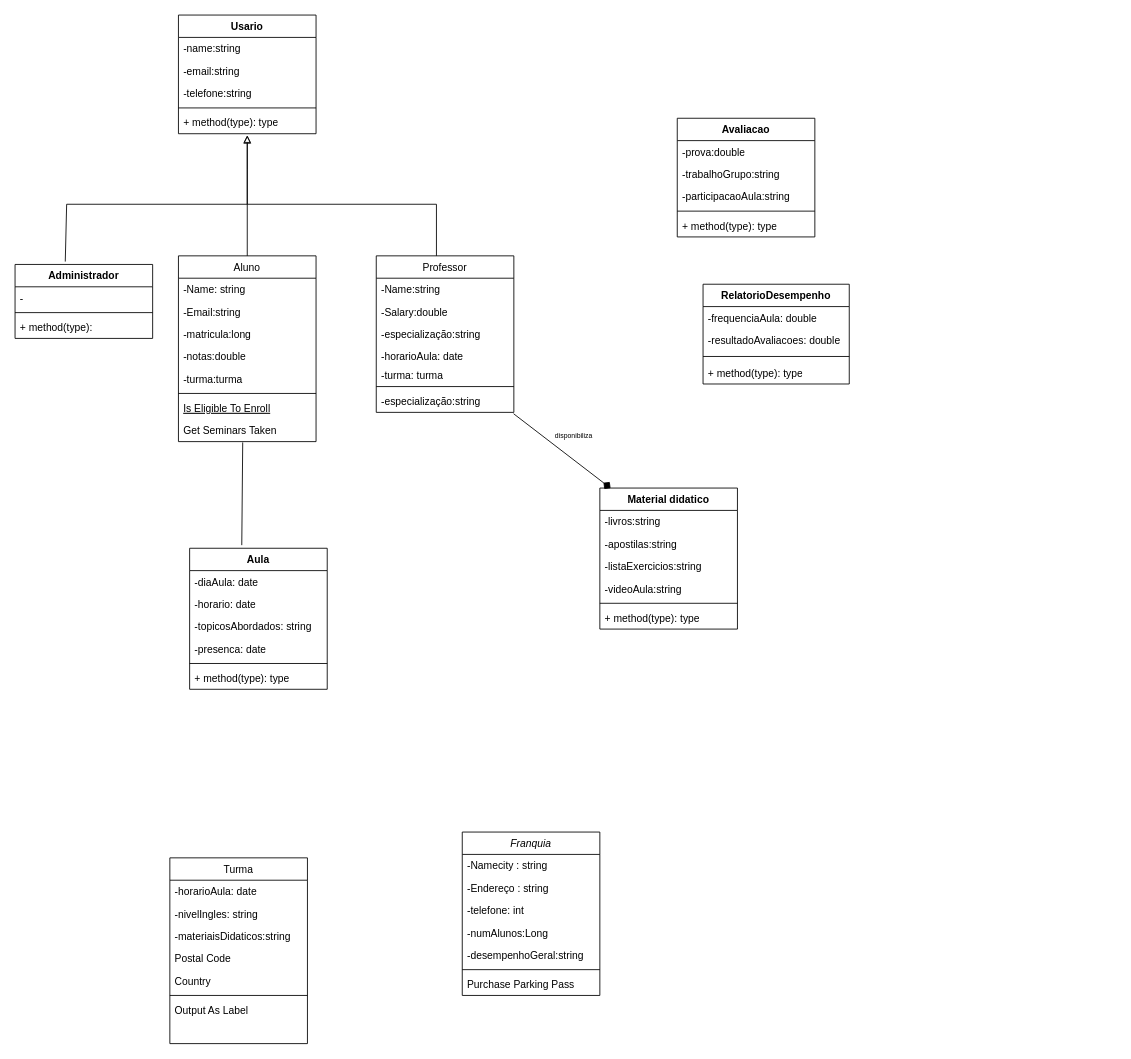
Earlier version of the draw.io diagram Diagrama-Classes/Escola-Ingles.drawio (Wal221/ProjetoWeb2). Source tidied: cells renumbered, new cells numbered last; positions are measured from the earlier drawing's top-left corner, leaving out a move shared by most shapes. Both pictures are drawn from the tidied source at 86%, with x=0, y=0 at pixel (15, 15).
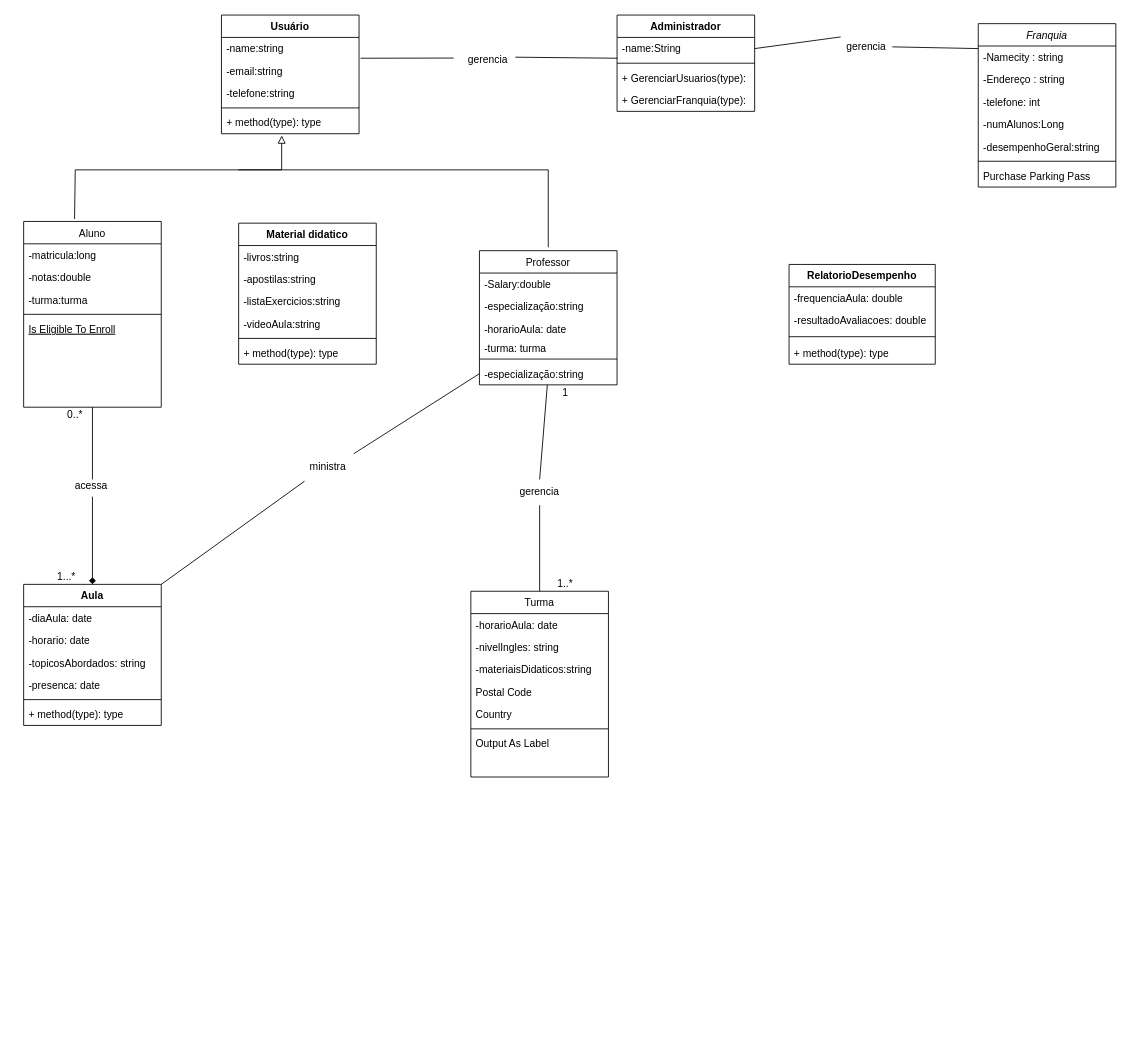
The same diagram, later.

Commit message:
Criação do diagrama de classes completa.

The change refers to these unchanged cells:
```xml
<mxCell id="3" value="-Namecity : string" style="text;align=left;verticalAlign=top;spacingLeft=4;spacingRight=4;overflow=hidden;points=[[0,0.5],[1,0.5]];portConstraint=eastwest;" parent="2" vertex="1">
  <mxGeometry y="26" width="160" height="26" as="geometry" />
</mxCell>
<mxCell id="66" value="-email:string" style="text;strokeColor=none;fillColor=none;align=left;verticalAlign=top;spacingLeft=4;spacingRight=4;overflow=hidden;points=[[0,0.5],[1,0.5]];portConstraint=eastwest;whiteSpace=wrap;html=1;" parent="64" vertex="1">
  <mxGeometry y="52" width="160" height="26" as="geometry" />
</mxCell>
<mxCell id="69" value="+ method(type): type" style="text;strokeColor=none;fillColor=none;align=left;verticalAlign=top;spacingLeft=4;spacingRight=4;overflow=hidden;points=[[0,0.5],[1,0.5]];portConstraint=eastwest;whiteSpace=wrap;html=1;" parent="64" vertex="1">
  <mxGeometry y="112" width="160" height="26" as="geometry" />
</mxCell>
```

Diff of the diagram source:
```diff
@@
     <mxCell id="2" value="Franquia" style="swimlane;fontStyle=2;align=center;verticalAlign=top;horizontal=1;startSize=26;rounded=0;shadow=0;strokeWidth=1;" parent="1" vertex="1">
-      <mxGeometry x="520" y="950" width="160" height="190" as="geometry" />
+      <mxGeometry x="1120" y="10" width="160" height="190" as="geometry" />
     </mxCell>
@@
     <mxCell id="10" value="Aluno" style="swimlane;fontStyle=0;align=center;verticalAlign=top;horizontal=1;startSize=26;rounded=0;shadow=0;strokeWidth=1;" parent="1" vertex="1">
-      <mxGeometry x="190" y="280" width="160" height="216" as="geometry" />
+      <mxGeometry x="10" y="240" width="160" height="216" as="geometry" />
     </mxCell>
-    <mxCell id="11" value="-Name: string" style="text;align=left;verticalAlign=top;spacingLeft=4;spacingRight=4;overflow=hidden;" parent="10" vertex="1">
-      <mxGeometry y="26" width="160" height="26" as="geometry" />
-    </mxCell>
-    <mxCell id="12" value="-Email:string" style="text;align=left;verticalAlign=top;spacingLeft=4;spacingRight=4;overflow=hidden;rounded=0;shadow=0;html=0;" parent="10" vertex="1">
-      <mxGeometry y="52" width="160" height="26" as="geometry" />
-    </mxCell>
     <mxCell id="13" value="-matricula:long" style="text;align=left;verticalAlign=top;spacingLeft=4;spacingRight=4;overflow=hidden;rounded=0;shadow=0;html=0;" parent="10" vertex="1">
-      <mxGeometry y="78" width="160" height="26" as="geometry" />
+      <mxGeometry y="26" width="160" height="26" as="geometry" />
     </mxCell>
     <mxCell id="14" value="-notas:double" style="text;align=left;verticalAlign=top;spacingLeft=4;spacingRight=4;overflow=hidden;rounded=0;shadow=0;html=0;" parent="10" vertex="1">
-      <mxGeometry y="104" width="160" height="26" as="geometry" />
+      <mxGeometry y="52" width="160" height="26" as="geometry" />
     </mxCell>
     <mxCell id="15" value="-turma:turma" style="text;align=left;verticalAlign=top;spacingLeft=4;spacingRight=4;overflow=hidden;rounded=0;shadow=0;html=0;" parent="10" vertex="1">
-      <mxGeometry y="130" width="160" height="26" as="geometry" />
+      <mxGeometry y="78" width="160" height="26" as="geometry" />
     </mxCell>
     <mxCell id="16" style="line;html=1;strokeWidth=1;align=left;verticalAlign=middle;spacingTop=-1;spacingLeft=3;spacingRight=3;labelPosition=right;" parent="10" vertex="1">
-      <mxGeometry y="156" width="160" height="8" as="geometry" />
+      <mxGeometry y="104" width="160" height="8" as="geometry" />
     </mxCell>
     <mxCell id="17" value="Is Eligible To Enroll" style="text;align=left;verticalAlign=top;spacingLeft=4;spacingRight=4;overflow=hidden;fontStyle=4;" parent="10" vertex="1">
-      <mxGeometry y="164" width="160" height="26" as="geometry" />
+      <mxGeometry y="112" width="160" height="26" as="geometry" />
     </mxCell>
-    <mxCell id="18" value="Get Seminars Taken" style="text;align=left;verticalAlign=top;spacingLeft=4;spacingRight=4;overflow=hidden;points=[[0,0.5],[1,0.5]];portConstraint=eastwest;" parent="10" vertex="1">
-      <mxGeometry y="190" width="160" height="26" as="geometry" />
-    </mxCell>
     <mxCell id="19" value="Professor" style="swimlane;fontStyle=0;align=center;verticalAlign=top;horizontal=1;startSize=26;rounded=0;shadow=0;strokeWidth=1;" parent="1" vertex="1">
-      <mxGeometry x="420" y="280" width="160" height="182" as="geometry" />
+      <mxGeometry x="540" y="274" width="160" height="156" as="geometry" />
     </mxCell>
-    <mxCell id="20" value="-Name:string&#10;" style="text;align=left;verticalAlign=top;spacingLeft=4;spacingRight=4;overflow=hidden;" parent="19" vertex="1">
-      <mxGeometry y="26" width="160" height="26" as="geometry" />
-    </mxCell>
     <mxCell id="21" value="-Salary:double&#10;" style="text;align=left;verticalAlign=top;spacingLeft=4;spacingRight=4;overflow=hidden;" parent="19" vertex="1">
-      <mxGeometry y="52" width="160" height="26" as="geometry" />
+      <mxGeometry y="26" width="160" height="26" as="geometry" />
     </mxCell>
     <mxCell id="22" value="-especialização:string&#10;" style="text;align=left;verticalAlign=top;spacingLeft=4;spacingRight=4;overflow=hidden;" parent="19" vertex="1">
-      <mxGeometry y="78" width="160" height="26" as="geometry" />
+      <mxGeometry y="52" width="160" height="26" as="geometry" />
     </mxCell>
     <mxCell id="23" value="-horarioAula: date&#10;" style="text;align=left;verticalAlign=top;spacingLeft=4;spacingRight=4;overflow=hidden;" parent="19" vertex="1">
-      <mxGeometry y="104" width="160" height="22" as="geometry" />
+      <mxGeometry y="78" width="160" height="22" as="geometry" />
     </mxCell>
     <mxCell id="24" value="-turma: turma&#10;" style="text;align=left;verticalAlign=top;spacingLeft=4;spacingRight=4;overflow=hidden;" parent="19" vertex="1">
-      <mxGeometry y="126" width="160" height="22" as="geometry" />
+      <mxGeometry y="100" width="160" height="22" as="geometry" />
     </mxCell>
     <mxCell id="25" style="line;html=1;strokeWidth=1;align=left;verticalAlign=middle;spacingTop=-1;spacingLeft=3;spacingRight=3;labelPosition=right;" parent="19" vertex="1">
-      <mxGeometry y="148" width="160" height="8" as="geometry" />
+      <mxGeometry y="122" width="160" height="8" as="geometry" />
     </mxCell>
     <mxCell id="26" value="-especialização:string&#10;" style="text;align=left;verticalAlign=top;spacingLeft=4;spacingRight=4;overflow=hidden;points=[[0,0.5],[1,0.5]];portConstraint=eastwest;" parent="19" vertex="1">
-      <mxGeometry y="156" width="160" height="26" as="geometry" />
+      <mxGeometry y="130" width="160" height="26" as="geometry" />
     </mxCell>
     <mxCell id="27" value="Turma" style="swimlane;fontStyle=0;align=center;verticalAlign=top;horizontal=1;startSize=26;rounded=0;shadow=0;strokeWidth=1;" parent="1" vertex="1">
-      <mxGeometry x="180" y="980" width="160" height="216" as="geometry" />
+      <mxGeometry x="530" y="670" width="160" height="216" as="geometry" />
     </mxCell>
@@
     <mxCell id="35" value="Aula" style="swimlane;fontStyle=1;align=center;verticalAlign=top;horizontal=1;startSize=26;whiteSpace=wrap;html=1;" parent="1" vertex="1">
-      <mxGeometry x="203" y="620" width="160" height="164" as="geometry" />
+      <mxGeometry x="10" y="662" width="160" height="164" as="geometry" />
     </mxCell>
@@
-    <mxCell id="42" value="Material didatico" style="swimlane;fontStyle=1;align=center;verticalAlign=top;horizontal=1;startSize=26;whiteSpace=wrap;html=1;" parent="1" vertex="1">
-      <mxGeometry x="680" y="550" width="160" height="164" as="geometry" />
-    </mxCell>
-    <mxCell id="43" value="-livros:string&lt;div&gt;&lt;br&gt;&lt;/div&gt;" style="text;strokeColor=none;fillColor=none;align=left;verticalAlign=top;spacingLeft=4;spacingRight=4;overflow=hidden;whiteSpace=wrap;html=1;" parent="42" vertex="1">
-      <mxGeometry y="26" width="160" height="26" as="geometry" />
-    </mxCell>
-    <mxCell id="44" value="-apostilas:string&lt;div&gt;&lt;br&gt;&lt;/div&gt;" style="text;strokeColor=none;fillColor=none;align=left;verticalAlign=top;spacingLeft=4;spacingRight=4;overflow=hidden;whiteSpace=wrap;html=1;" parent="42" vertex="1">
-      <mxGeometry y="52" width="160" height="26" as="geometry" />
-    </mxCell>
-    <mxCell id="45" value="-listaExercicios:string&lt;div&gt;&lt;br&gt;&lt;/div&gt;" style="text;strokeColor=none;fillColor=none;align=left;verticalAlign=top;spacingLeft=4;spacingRight=4;overflow=hidden;whiteSpace=wrap;html=1;" parent="42" vertex="1">
-      <mxGeometry y="78" width="160" height="26" as="geometry" />
-    </mxCell>
-    <mxCell id="46" value="-videoAula:string&lt;div&gt;&lt;br&gt;&lt;/div&gt;" style="text;strokeColor=none;fillColor=none;align=left;verticalAlign=top;spacingLeft=4;spacingRight=4;overflow=hidden;whiteSpace=wrap;html=1;" parent="42" vertex="1">
-      <mxGeometry y="104" width="160" height="26" as="geometry" />
-    </mxCell>
-    <mxCell id="47" style="line;strokeWidth=1;fillColor=none;align=left;verticalAlign=middle;spacingTop=-1;spacingLeft=3;spacingRight=3;labelPosition=right;strokeColor=inherit;" parent="42" vertex="1">
-      <mxGeometry y="130" width="160" height="8" as="geometry" />
-    </mxCell>
-    <mxCell id="48" value="+ method(type): type" style="text;strokeColor=none;fillColor=none;align=left;verticalAlign=top;spacingLeft=4;spacingRight=4;overflow=hidden;whiteSpace=wrap;html=1;" parent="42" vertex="1">
-      <mxGeometry y="138" width="160" height="26" as="geometry" />
-    </mxCell>
-    <mxCell id="49" value="Avaliacao" style="swimlane;fontStyle=1;align=center;verticalAlign=top;horizontal=1;startSize=26;whiteSpace=wrap;html=1;" parent="1" vertex="1">
-      <mxGeometry x="770" y="120" width="160" height="138" as="geometry" />
-    </mxCell>
-    <mxCell id="50" value="-prova:double" style="text;strokeColor=none;fillColor=none;align=left;verticalAlign=top;spacingLeft=4;spacingRight=4;overflow=hidden;whiteSpace=wrap;html=1;" parent="49" vertex="1">
-      <mxGeometry y="26" width="160" height="26" as="geometry" />
-    </mxCell>
-    <mxCell id="51" value="-trabalhoGrupo:string" style="text;strokeColor=none;fillColor=none;align=left;verticalAlign=top;spacingLeft=4;spacingRight=4;overflow=hidden;whiteSpace=wrap;html=1;" parent="49" vertex="1">
-      <mxGeometry y="52" width="160" height="26" as="geometry" />
-    </mxCell>
-    <mxCell id="52" value="-participacaoAula:string" style="text;strokeColor=none;fillColor=none;align=left;verticalAlign=top;spacingLeft=4;spacingRight=4;overflow=hidden;whiteSpace=wrap;html=1;" parent="49" vertex="1">
-      <mxGeometry y="78" width="160" height="26" as="geometry" />
-    </mxCell>
-    <mxCell id="53" style="line;strokeWidth=1;fillColor=none;align=left;verticalAlign=middle;spacingTop=-1;spacingLeft=3;spacingRight=3;labelPosition=right;strokeColor=inherit;" parent="49" vertex="1">
-      <mxGeometry y="104" width="160" height="8" as="geometry" />
-    </mxCell>
-    <mxCell id="54" value="+ method(type): type" style="text;strokeColor=none;fillColor=none;align=left;verticalAlign=top;spacingLeft=4;spacingRight=4;overflow=hidden;whiteSpace=wrap;html=1;" parent="49" vertex="1">
-      <mxGeometry y="112" width="160" height="26" as="geometry" />
-    </mxCell>
     <mxCell id="55" value="RelatorioDesempenho" style="swimlane;fontStyle=1;align=center;verticalAlign=top;horizontal=1;startSize=26;whiteSpace=wrap;html=1;" parent="1" vertex="1">
-      <mxGeometry x="800" y="313" width="170" height="116" as="geometry" />
+      <mxGeometry x="900" y="290" width="170" height="116" as="geometry" />
     </mxCell>
@@
     <mxCell id="60" value="Administrador" style="swimlane;fontStyle=1;align=center;verticalAlign=top;horizontal=1;startSize=26;whiteSpace=wrap;html=1;" parent="1" vertex="1">
-      <mxGeometry y="290" width="160" height="86" as="geometry" />
+      <mxGeometry x="700" width="160" height="112" as="geometry" />
     </mxCell>
-    <mxCell id="61" value="-" style="text;strokeColor=none;fillColor=none;align=left;verticalAlign=top;spacingLeft=4;spacingRight=4;overflow=hidden;points=[[0,0.5],[1,0.5]];portConstraint=eastwest;whiteSpace=wrap;html=1;" parent="60" vertex="1">
+    <mxCell id="61" value="-name:String" style="text;strokeColor=none;fillColor=none;align=left;verticalAlign=top;spacingLeft=4;spacingRight=4;overflow=hidden;points=[[0,0.5],[1,0.5]];portConstraint=eastwest;whiteSpace=wrap;html=1;" parent="60" vertex="1">
       <mxGeometry y="26" width="160" height="26" as="geometry" />
     </mxCell>
@@
-    <mxCell id="63" value="+ method(type):&amp;nbsp;" style="text;strokeColor=none;fillColor=none;align=left;verticalAlign=top;spacingLeft=4;spacingRight=4;overflow=hidden;whiteSpace=wrap;html=1;" parent="60" vertex="1">
+    <mxCell id="63" value="+ GerenciarUsuarios(type):&amp;nbsp;" style="text;strokeColor=none;fillColor=none;align=left;verticalAlign=top;spacingLeft=4;spacingRight=4;overflow=hidden;whiteSpace=wrap;html=1;" parent="60" vertex="1">
       <mxGeometry y="60" width="160" height="26" as="geometry" />
     </mxCell>
+    <mxCell id="76" value="+ GerenciarFranquia(type):&amp;nbsp;" style="text;strokeColor=none;fillColor=none;align=left;verticalAlign=top;spacingLeft=4;spacingRight=4;overflow=hidden;whiteSpace=wrap;html=1;" parent="60" vertex="1">
+      <mxGeometry y="86" width="160" height="26" as="geometry" />
+    </mxCell>
-    <mxCell id="64" value="Usario" style="swimlane;fontStyle=1;align=center;verticalAlign=top;horizontal=1;startSize=26;whiteSpace=wrap;html=1;" parent="1" vertex="1">
-      <mxGeometry x="190" width="160" height="138" as="geometry" />
+    <mxCell id="64" value="Usuário" style="swimlane;fontStyle=1;align=center;verticalAlign=top;horizontal=1;startSize=26;whiteSpace=wrap;html=1;" parent="1" vertex="1">
+      <mxGeometry x="240" width="160" height="138" as="geometry" />
     </mxCell>
@@
-    <mxCell id="70" style="endArrow=block;html=1;rounded=0;endFill=0;exitX=0.365;exitY=-0.039;exitDx=0;exitDy=0;exitPerimeter=0;" parent="1" edge="1" source="60">
-      <mxGeometry relative="1" as="geometry">
-        <mxPoint x="270" y="140" as="targetPoint" />
-        <Array as="points">
-          <mxPoint x="60" y="220" />
-          <mxPoint x="270" y="220" />
-          <mxPoint x="270" y="180" />
-        </Array>
-      </mxGeometry>
-    </mxCell>
-    <mxCell id="71" style="endArrow=block;html=1;rounded=0;exitX=0.5;exitY=0;exitDx=0;exitDy=0;endFill=0;endSize=7;" parent="1" edge="1" source="10">
+    <mxCell id="71" style="endArrow=block;html=1;rounded=0;endFill=0;endSize=7;exitX=0.37;exitY=-0.013;exitDx=0;exitDy=0;exitPerimeter=0;entryX=0.438;entryY=1.077;entryDx=0;entryDy=0;entryPerimeter=0;" parent="1" edge="1" source="10" target="69">
       <mxGeometry relative="1" as="geometry">
-        <mxPoint x="270" y="140" as="targetPoint" />
+        <Array as="points">
+          <mxPoint x="70" y="180" />
+          <mxPoint x="310" y="180" />
+        </Array>
       </mxGeometry>
     </mxCell>
     <mxCell id="72" style="endArrow=none;html=1;rounded=0;" parent="1" edge="1">
       <mxGeometry relative="1" as="geometry">
-        <mxPoint x="490" y="280" as="sourcePoint" />
-        <mxPoint x="270" y="220" as="targetPoint" />
+        <mxPoint x="620" y="270" as="sourcePoint" />
+        <mxPoint x="260" y="180" as="targetPoint" />
         <Array as="points">
-          <mxPoint x="490" y="220" />
+          <mxPoint x="620" y="180" />
         </Array>
       </mxGeometry>
     </mxCell>
-    <mxCell id="73" style="endArrow=diamond;html=1;rounded=0;exitX=0.998;exitY=1.06;exitDx=0;exitDy=0;exitPerimeter=0;entryX=0.078;entryY=0.001;entryDx=0;entryDy=0;entryPerimeter=0;endFill=1;endSize=8;" parent="1" edge="1" source="26" target="42">
-      <mxGeometry relative="1" as="geometry" />
-    </mxCell>
-    <mxCell id="74" value="disponibiliza" style="text;html=1;align=center;verticalAlign=middle;whiteSpace=wrap;rounded=0;fontSize=8;" parent="1" vertex="1">
-      <mxGeometry x="630" y="482" width="40" height="14" as="geometry" />
-    </mxCell>
-    <mxCell id="75" style="endArrow=none;html=1;rounded=0;entryX=0.467;entryY=1.036;entryDx=0;entryDy=0;entryPerimeter=0;exitX=0.379;exitY=-0.022;exitDx=0;exitDy=0;exitPerimeter=0;" parent="1" edge="1" source="35" target="18">
+    <mxCell id="75" style="endArrow=diamond;html=1;rounded=0;endFill=1;entryX=0.5;entryY=0;entryDx=0;entryDy=0;" parent="1" edge="1" source="79" target="35">
       <mxGeometry relative="1" as="geometry" />
     </mxCell>
+    <mxCell id="77" value="1...*" style="text;html=1;align=center;verticalAlign=middle;whiteSpace=wrap;rounded=0;" parent="1" vertex="1">
+      <mxGeometry x="30" y="644" width="60" height="18" as="geometry" />
+    </mxCell>
+    <mxCell id="78" style="endArrow=none;html=1;rounded=0;endFill=0;exitX=0.5;exitY=1;exitDx=0;exitDy=0;" parent="1" edge="1" source="10">
+      <mxGeometry relative="1" as="geometry">
+        <mxPoint x="90" y="540" as="targetPoint" />
+      </mxGeometry>
+    </mxCell>
+    <mxCell id="79" value="acessa&amp;nbsp;" style="text;html=1;align=center;verticalAlign=middle;whiteSpace=wrap;rounded=0;" parent="1" vertex="1">
+      <mxGeometry x="66.5" y="535" width="47" height="25" as="geometry" />
+    </mxCell>
+    <mxCell id="80" style="endArrow=none;html=1;rounded=0;exitX=0.5;exitY=0;exitDx=0;exitDy=0;" parent="1" edge="1" source="82" target="26">
+      <mxGeometry relative="1" as="geometry" />
+    </mxCell>
+    <mxCell id="81" style="endArrow=none;html=1;rounded=0;exitX=0.5;exitY=0;exitDx=0;exitDy=0;" parent="1" edge="1" source="27" target="82">
+      <mxGeometry relative="1" as="geometry" />
+    </mxCell>
+    <mxCell id="82" value="gerencia" style="text;html=1;align=center;verticalAlign=middle;whiteSpace=wrap;rounded=0;" parent="1" vertex="1">
+      <mxGeometry x="580" y="540" width="60" height="30" as="geometry" />
+    </mxCell>
+    <mxCell id="83" value="1" style="text;html=1;align=center;verticalAlign=middle;whiteSpace=wrap;rounded=0;" parent="1" vertex="1">
+      <mxGeometry x="610" y="430" width="60" height="18" as="geometry" />
+    </mxCell>
+    <mxCell id="84" value="1..*" style="text;html=1;align=center;verticalAlign=middle;whiteSpace=wrap;rounded=0;" parent="1" vertex="1">
+      <mxGeometry x="610" y="652" width="60" height="18" as="geometry" />
+    </mxCell>
+    <mxCell id="85" style="endArrow=none;html=1;rounded=0;exitX=1.029;exitY=0.4;exitDx=0;exitDy=0;exitPerimeter=0;entryX=0.004;entryY=0.932;entryDx=0;entryDy=0;entryPerimeter=0;" parent="1" edge="1" source="87" target="61">
+      <mxGeometry relative="1" as="geometry" />
+    </mxCell>
+    <mxCell id="86" style="endArrow=none;html=1;rounded=0;exitX=1.011;exitY=-0.068;exitDx=0;exitDy=0;exitPerimeter=0;" parent="1" edge="1" source="66">
+      <mxGeometry relative="1" as="geometry">
+        <mxPoint x="510" y="50" as="targetPoint" />
+      </mxGeometry>
+    </mxCell>
+    <mxCell id="87" value="gerencia" style="text;html=1;align=center;verticalAlign=middle;whiteSpace=wrap;rounded=0;" parent="1" vertex="1">
+      <mxGeometry x="520" y="37" width="60" height="30" as="geometry" />
+    </mxCell>
+    <mxCell id="88" style="endArrow=none;html=1;rounded=0;exitX=1;exitY=0.5;exitDx=0;exitDy=0;entryX=0;entryY=0.115;entryDx=0;entryDy=0;entryPerimeter=0;" parent="1" edge="1" source="94" target="3">
+      <mxGeometry relative="1" as="geometry" />
+    </mxCell>
+    <mxCell id="89" style="endArrow=none;html=1;rounded=0;exitX=1;exitY=0;exitDx=0;exitDy=0;entryX=0;entryY=0.5;entryDx=0;entryDy=0;" parent="1" edge="1" source="92" target="26">
+      <mxGeometry relative="1" as="geometry" />
+    </mxCell>
+    <mxCell id="90" value="0..*" style="text;html=1;align=center;verticalAlign=middle;whiteSpace=wrap;rounded=0;" parent="1" vertex="1">
+      <mxGeometry x="40" y="450" width="60" height="30" as="geometry" />
+    </mxCell>
+    <mxCell id="91" style="endArrow=none;html=1;rounded=0;exitX=1;exitY=0;exitDx=0;exitDy=0;entryX=0.044;entryY=1.067;entryDx=0;entryDy=0;entryPerimeter=0;" parent="1" edge="1" source="35" target="92">
+      <mxGeometry relative="1" as="geometry" />
+    </mxCell>
+    <mxCell id="92" value="ministra" style="text;html=1;align=center;verticalAlign=middle;whiteSpace=wrap;rounded=0;" parent="1" vertex="1">
+      <mxGeometry x="334" y="510" width="60" height="30" as="geometry" />
+    </mxCell>
+    <mxCell id="93" style="endArrow=none;html=1;rounded=0;exitX=1;exitY=0.5;exitDx=0;exitDy=0;entryX=0;entryY=0.115;entryDx=0;entryDy=0;entryPerimeter=0;" parent="1" edge="1" source="61" target="94">
+      <mxGeometry relative="1" as="geometry" />
+    </mxCell>
+    <mxCell id="94" value="gerencia" style="text;html=1;align=center;verticalAlign=middle;whiteSpace=wrap;rounded=0;" parent="1" vertex="1">
+      <mxGeometry x="960" y="22" width="60" height="30" as="geometry" />
+    </mxCell>
+    <mxCell id="42" value="Material didatico" style="swimlane;fontStyle=1;align=center;verticalAlign=top;horizontal=1;startSize=26;whiteSpace=wrap;html=1;" parent="1" vertex="1">
+      <mxGeometry x="260" y="242" width="160" height="164" as="geometry" />
+    </mxCell>
+    <mxCell id="43" value="-livros:string&lt;div&gt;&lt;br&gt;&lt;/div&gt;" style="text;strokeColor=none;fillColor=none;align=left;verticalAlign=top;spacingLeft=4;spacingRight=4;overflow=hidden;whiteSpace=wrap;html=1;" parent="42" vertex="1">
+      <mxGeometry y="26" width="160" height="26" as="geometry" />
+    </mxCell>
+    <mxCell id="44" value="-apostilas:string&lt;div&gt;&lt;br&gt;&lt;/div&gt;" style="text;strokeColor=none;fillColor=none;align=left;verticalAlign=top;spacingLeft=4;spacingRight=4;overflow=hidden;whiteSpace=wrap;html=1;" parent="42" vertex="1">
+      <mxGeometry y="52" width="160" height="26" as="geometry" />
+    </mxCell>
+    <mxCell id="45" value="-listaExercicios:string&lt;div&gt;&lt;br&gt;&lt;/div&gt;" style="text;strokeColor=none;fillColor=none;align=left;verticalAlign=top;spacingLeft=4;spacingRight=4;overflow=hidden;whiteSpace=wrap;html=1;" parent="42" vertex="1">
+      <mxGeometry y="78" width="160" height="26" as="geometry" />
+    </mxCell>
+    <mxCell id="46" value="-videoAula:string&lt;div&gt;&lt;br&gt;&lt;/div&gt;" style="text;strokeColor=none;fillColor=none;align=left;verticalAlign=top;spacingLeft=4;spacingRight=4;overflow=hidden;whiteSpace=wrap;html=1;" parent="42" vertex="1">
+      <mxGeometry y="104" width="160" height="26" as="geometry" />
+    </mxCell>
+    <mxCell id="47" style="line;strokeWidth=1;fillColor=none;align=left;verticalAlign=middle;spacingTop=-1;spacingLeft=3;spacingRight=3;labelPosition=right;strokeColor=inherit;" parent="42" vertex="1">
+      <mxGeometry y="130" width="160" height="8" as="geometry" />
+    </mxCell>
+    <mxCell id="48" value="+ method(type): type" style="text;strokeColor=none;fillColor=none;align=left;verticalAlign=top;spacingLeft=4;spacingRight=4;overflow=hidden;whiteSpace=wrap;html=1;" parent="42" vertex="1">
+      <mxGeometry y="138" width="160" height="26" as="geometry" />
+    </mxCell>
```
